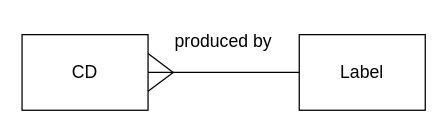
Above: page "ERD-CL" (5 of 12) of n5/ddd/N5-DDD-Clydeview/assets/N5 DDD Clydeview.drawio in MrFriendCS/MrFriendCS.github.io (draw.io), before the change. Source tidied: cells renumbered, new cells numbered last; positions are measured from the earlier drawing's top-left corner, leaving out a move shared by most shapes. Both pictures are drawn from the tidied source at 126%, with x=0, y=0 at pixel (21, 21).
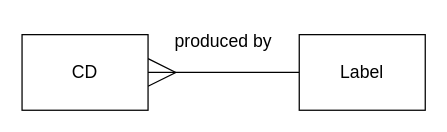
The same diagram, later.

Change to the diagram source:
```diff
@@
 <mxGraphModel>
   <root>
     <mxCell id="0" />
     <mxCell id="1" parent="0" />
-    <mxCell id="2" style="rounded=0;jettySize=auto;html=1;exitX=1;exitY=0.5;exitDx=0;exitDy=0;entryX=0;entryY=0.5;entryDx=0;entryDy=0;endArrow=none;endFill=0;fontSize=14;" parent="1" edge="1" source="3" target="6">
+    <mxCell id="2" style="rounded=0;jettySize=auto;html=1;exitX=1;exitY=0.5;exitDx=0;exitDy=0;entryX=0;entryY=0.5;entryDx=0;entryDy=0;endArrow=none;endFill=0;fontSize=14;startArrow=ERmany;startFill=0;startSize=20;" parent="1" edge="1" source="3" target="6">
       <mxGeometry relative="1" as="geometry" />
     </mxCell>
     <mxCell id="3" value="CD" style="rounded=0;whiteSpace=wrap;html=1;fontSize=14;" parent="1" vertex="1">
       <mxGeometry y="10" width="100" height="60" as="geometry" />
     </mxCell>
-    <mxCell id="4" style="edgeStyle=none;rounded=0;orthogonalLoop=1;jettySize=auto;html=1;exitX=0;exitY=0.25;exitDx=0;exitDy=0;endArrow=none;endFill=0;fontSize=14;" parent="1" edge="1">
-      <mxGeometry relative="1" as="geometry">
-        <mxPoint x="120" y="40" as="sourcePoint" />
-        <mxPoint x="100" y="55" as="targetPoint" />
-      </mxGeometry>
-    </mxCell>
-    <mxCell id="5" style="edgeStyle=none;rounded=0;orthogonalLoop=1;jettySize=auto;html=1;exitX=0;exitY=0.75;exitDx=0;exitDy=0;endArrow=none;endFill=0;fontSize=14;" parent="1" edge="1">
-      <mxGeometry relative="1" as="geometry">
-        <mxPoint x="120" y="40" as="sourcePoint" />
-        <mxPoint x="100" y="25" as="targetPoint" />
-      </mxGeometry>
-    </mxCell>
     <mxCell id="6" value="Label" style="rounded=0;whiteSpace=wrap;html=1;fontSize=14;" parent="1" vertex="1">
       <mxGeometry x="220" y="10" width="100" height="60" as="geometry" />
     </mxCell>
     <mxCell id="7" value="produced by" style="text;html=1;strokeColor=none;fillColor=none;align=center;verticalAlign=middle;whiteSpace=wrap;rounded=0;fontSize=14;" parent="1" vertex="1">
       <mxGeometry x="120" width="80" height="30" as="geometry" />
     </mxCell>
   </root>
 </mxGraphModel>
```
